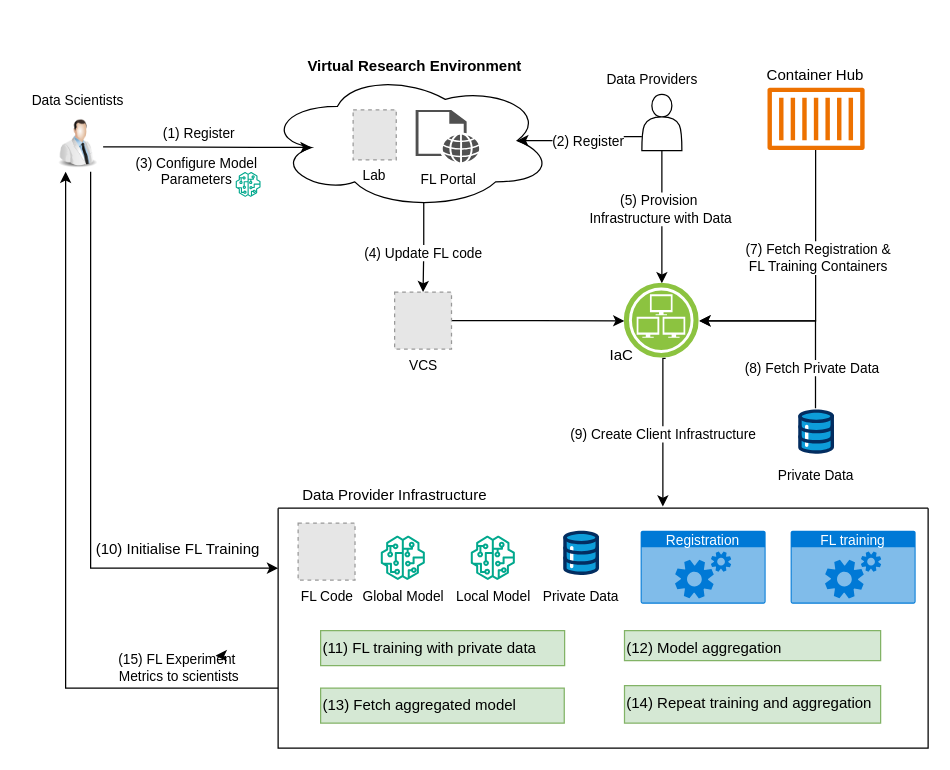
This is Thesis/Workflow.drawio from anandanlk/Drawings, a draw.io file, before an edit. Source tidied: cells renumbered, new cells numbered last; positions are measured from the earlier drawing's top-left corner, leaving out a move shared by most shapes. Both pictures are drawn from the tidied source at 125%, with x=0, y=0 at pixel (21, 21). Pictures stored in the file or linked from it are replaced by grey dashed boxes.
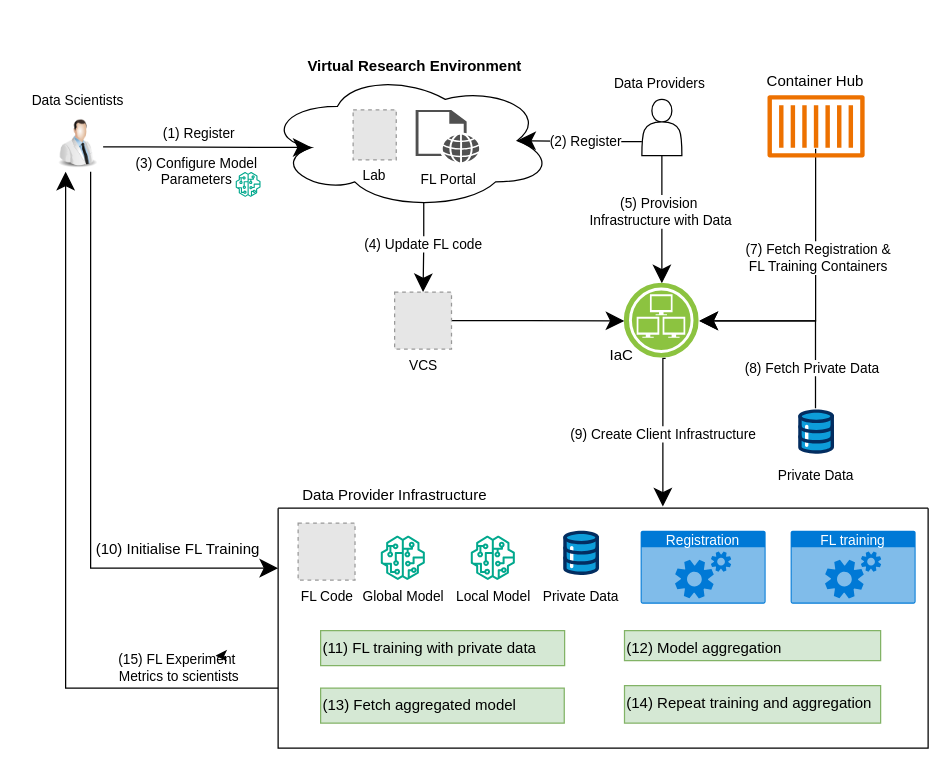
Above is the later version.

The change refers to these unchanged cells:
```xml
<mxCell id="2" style="image;html=1;image=img/lib/clip_art/people/Scientist_Man_128x128.png;" parent="1" vertex="1">
  <mxGeometry x="25" y="74.9" width="40" height="45" as="geometry" />
</mxCell>
<mxCell id="5" style="shape=actor;whiteSpace=wrap;html=1;" parent="4" vertex="1">
  <mxGeometry x="26.5" width="32" height="45" as="geometry" />
</mxCell>
<mxCell id="10" style="ellipse;shape=cloud;whiteSpace=wrap;html=1;" parent="9" vertex="1">
  <mxGeometry x="-20" y="40" width="230" height="110" as="geometry" />
</mxCell>
<mxCell id="28" style="swimlane;startSize=0;" parent="1" vertex="1">
  <mxGeometry x="205" y="389" width="520" height="192" as="geometry" />
</mxCell>
<mxCell id="44" value="VCS" style="fillColor=#E6E6E6;strokeColor=#999999;dashed=1;html=1;verticalAlign=top;verticalLabelPosition=bottom;labelBackgroundColor=#ffffff;fontSize=11;" parent="1" vertex="1">
  <mxGeometry x="298.2" y="216.2" width="45.5" height="45.5" as="geometry" />
</mxCell>
<mxCell id="47" style="image;perimeter=ellipsePerimeter;html=1;align=center;shadow=0;dashed=0;fontColor=#4277BB;labelBackgroundColor=default;fontSize=12;spacingTop=3;image=img/lib/ibm/infrastructure/infrastructure_services.svg;" parent="1" vertex="1">
  <mxGeometry x="482" y="209.2" width="60" height="60" as="geometry" />
</mxCell>
```

What changed in the source:
```diff
@@
     <mxCell id="4" style="group;" parent="1" vertex="1">
-      <mxGeometry x="469.5" y="58" width="85" height="71" as="geometry" />
+      <mxGeometry x="469.5" y="62" width="85" height="71" as="geometry" />
     </mxCell>
@@
-    <mxCell id="6" style="edgeStyle=orthogonalEdgeStyle;rounded=0;orthogonalLoop=1;jettySize=auto;html=1;exitX=0.5;exitY=1;exitDx=0;exitDy=0;entryX=0.622;entryY=-0.007;entryDx=0;entryDy=0;entryPerimeter=0;" parent="1" edge="1">
+    <mxCell id="6" style="edgeStyle=orthogonalEdgeStyle;rounded=0;orthogonalLoop=1;jettySize=auto;html=1;exitX=0.5;exitY=1;exitDx=0;exitDy=0;entryX=0.622;entryY=-0.007;entryDx=0;entryDy=0;entryPerimeter=0;endSize=12;startSize=12;" parent="1" edge="1">
       <mxGeometry relative="1" as="geometry">
         <mxPoint x="515" y="269.2" as="sourcePoint" />
         <mxPoint x="512.8" y="387.7" as="targetPoint" />
         <Array as="points">
           <mxPoint x="513" y="269" />
         </Array>
       </mxGeometry>
     </mxCell>
@@
-    <mxCell id="14" style="edgeStyle=orthogonalEdgeStyle;rounded=0;jettySize=auto;html=1;entryX=0.16;entryY=0.55;entryDx=0;entryDy=0;entryPerimeter=0;" parent="1" edge="1" source="2" target="10">
+    <mxCell id="14" style="edgeStyle=orthogonalEdgeStyle;rounded=0;jettySize=auto;html=1;entryX=0.16;entryY=0.55;entryDx=0;entryDy=0;entryPerimeter=0;endSize=12;startSize=12;" parent="1" edge="1" source="2" target="10">
       <mxGeometry relative="1" as="geometry">
         <Array as="points">
           <mxPoint x="95" y="100" />
           <mxPoint x="95" y="100" />
         </Array>
       </mxGeometry>
     </mxCell>
-    <mxCell id="15" style="edgeStyle=orthogonalEdgeStyle;rounded=0;jettySize=auto;html=1;exitX=0;exitY=0.75;exitDx=0;exitDy=0;entryX=0.875;entryY=0.5;entryDx=0;entryDy=0;entryPerimeter=0;" parent="1" edge="1" source="5" target="10">
+    <mxCell id="15" style="edgeStyle=orthogonalEdgeStyle;rounded=0;jettySize=auto;html=1;exitX=0;exitY=0.75;exitDx=0;exitDy=0;entryX=0.875;entryY=0.5;entryDx=0;entryDy=0;entryPerimeter=0;endSize=12;startSize=12;" parent="1" edge="1" source="5" target="10">
       <mxGeometry relative="1" as="geometry" />
     </mxCell>
@@
-    <mxCell id="17" style="edgeStyle=orthogonalEdgeStyle;rounded=0;jettySize=auto;html=1;entryX=1;entryY=0.5;entryDx=0;entryDy=0;" parent="1" edge="1" target="47">
+    <mxCell id="17" style="edgeStyle=orthogonalEdgeStyle;rounded=0;jettySize=auto;html=1;entryX=1;entryY=0.5;entryDx=0;entryDy=0;endSize=12;startSize=12;" parent="1" edge="1" target="47">
       <mxGeometry relative="1" as="geometry">
         <mxPoint x="635" y="101.5" as="sourcePoint" />
         <Array as="points">
           <mxPoint x="635" y="240" />
           <mxPoint x="542" y="240" />
         </Array>
       </mxGeometry>
     </mxCell>
@@
-    <mxCell id="19" style="edgeStyle=orthogonalEdgeStyle;rounded=0;jettySize=auto;html=1;exitX=0.5;exitY=1;exitDx=0;exitDy=0;entryX=0.5;entryY=0;entryDx=0;entryDy=0;" parent="1" edge="1" source="5" target="47">
+    <mxCell id="19" style="edgeStyle=orthogonalEdgeStyle;rounded=0;jettySize=auto;html=1;exitX=0.5;exitY=1;exitDx=0;exitDy=0;entryX=0.5;entryY=0;entryDx=0;entryDy=0;endSize=12;startSize=12;" parent="1" edge="1" source="5" target="47">
       <mxGeometry relative="1" as="geometry" />
     </mxCell>
@@
-    <mxCell id="21" style="edgeStyle=orthogonalEdgeStyle;rounded=0;jettySize=auto;html=1;entryX=1;entryY=0.5;entryDx=0;entryDy=0;" parent="1" edge="1" target="47">
+    <mxCell id="21" style="edgeStyle=orthogonalEdgeStyle;rounded=0;jettySize=auto;html=1;entryX=1;entryY=0.5;entryDx=0;entryDy=0;endSize=12;startSize=12;" parent="1" edge="1" target="47">
       <mxGeometry relative="1" as="geometry">
         <mxPoint x="634.9" y="309" as="sourcePoint" />
         <Array as="points">
           <mxPoint x="635" y="239" />
         </Array>
       </mxGeometry>
     </mxCell>
@@
-    <mxCell id="26" style="edgeStyle=orthogonalEdgeStyle;rounded=0;jettySize=auto;html=1;exitX=0;exitY=0.75;exitDx=0;exitDy=0;entryX=0.25;entryY=1;entryDx=0;entryDy=0;" parent="1" edge="1" source="28" target="2">
+    <mxCell id="26" style="edgeStyle=orthogonalEdgeStyle;rounded=0;jettySize=auto;html=1;exitX=0;exitY=0.75;exitDx=0;exitDy=0;entryX=0.25;entryY=1;entryDx=0;entryDy=0;endSize=12;startSize=12;" parent="1" edge="1" source="28" target="2">
       <mxGeometry relative="1" as="geometry" />
     </mxCell>
-    <mxCell id="27" style="edgeStyle=orthogonalEdgeStyle;rounded=0;jettySize=auto;html=1;exitX=0;exitY=0.25;exitDx=0;exitDy=0;entryX=0.75;entryY=1;entryDx=0;entryDy=0;startArrow=classic;startFill=1;endArrow=none;endFill=0;" parent="1" edge="1" source="28" target="2">
+    <mxCell id="27" style="edgeStyle=orthogonalEdgeStyle;rounded=0;jettySize=auto;html=1;exitX=0;exitY=0.25;exitDx=0;exitDy=0;entryX=0.75;entryY=1;entryDx=0;entryDy=0;startArrow=classic;startFill=1;endArrow=none;endFill=0;endSize=12;startSize=12;" parent="1" edge="1" source="28" target="2">
       <mxGeometry relative="1" as="geometry" />
     </mxCell>
@@
     <mxCell id="40" value="&lt;font style=&quot;font-size: 11px;&quot;&gt;Data Providers&lt;/font&gt;" style="text;html=1;align=center;verticalAlign=middle;whiteSpace=wrap;rounded=0;" parent="1" vertex="1">
-      <mxGeometry x="461.6" y="33" width="85" height="25" as="geometry" />
+      <mxGeometry x="467.6" y="36" width="85" height="25" as="geometry" />
     </mxCell>
@@
-    <mxCell id="43" style="edgeStyle=orthogonalEdgeStyle;rounded=0;jettySize=auto;html=1;exitX=1;exitY=0.5;exitDx=0;exitDy=0;entryX=0;entryY=0.5;entryDx=0;entryDy=0;" parent="1" edge="1" source="44" target="47">
+    <mxCell id="43" style="edgeStyle=orthogonalEdgeStyle;rounded=0;jettySize=auto;html=1;exitX=1;exitY=0.5;exitDx=0;exitDy=0;entryX=0;entryY=0.5;entryDx=0;entryDy=0;endSize=12;startSize=12;" parent="1" edge="1" source="44" target="47">
       <mxGeometry relative="1" as="geometry" />
     </mxCell>
@@
-    <mxCell id="45" style="edgeStyle=orthogonalEdgeStyle;rounded=0;jettySize=auto;html=1;exitX=0.55;exitY=0.95;exitDx=0;exitDy=0;exitPerimeter=0;entryX=0.5;entryY=0;entryDx=0;entryDy=0;" parent="1" edge="1" source="10" target="44">
+    <mxCell id="45" style="edgeStyle=orthogonalEdgeStyle;rounded=0;jettySize=auto;html=1;exitX=0.55;exitY=0.95;exitDx=0;exitDy=0;exitPerimeter=0;entryX=0.5;entryY=0;entryDx=0;entryDy=0;endSize=12;startSize=12;" parent="1" edge="1" source="10" target="44">
       <mxGeometry relative="1" as="geometry" />
     </mxCell>
     <mxCell id="46" value="(4) Update FL code" style="edgeLabel;html=1;align=center;verticalAlign=middle;" parent="45" vertex="1">
-      <mxGeometry x="0.13" relative="1" as="geometry" />
+      <mxGeometry x="0.13" relative="1" as="geometry">
+        <mxPoint y="-7" as="offset" />
+      </mxGeometry>
     </mxCell>
@@
     <mxCell id="49" style="sketch=0;fontColor=#232F3E;gradientColor=none;fillColor=#ED7100;strokeColor=none;dashed=0;verticalLabelPosition=bottom;verticalAlign=top;align=center;html=1;fontSize=12;fontStyle=0;shape=mxgraph.aws4.container_1;" parent="1" vertex="1">
-      <mxGeometry x="596.5" y="52.5" width="77.7" height="50.2" as="geometry" />
+      <mxGeometry x="596.5" y="58.5" width="77.7" height="50.2" as="geometry" />
     </mxCell>
     <mxCell id="50" value="Container Hub" style="text;html=1;align=center;verticalAlign=middle;whiteSpace=wrap;rounded=0;" parent="1" vertex="1">
-      <mxGeometry x="595.4" y="28" width="80" height="30" as="geometry" />
+      <mxGeometry x="595.4" y="33" width="80" height="30" as="geometry" />
     </mxCell>
```
